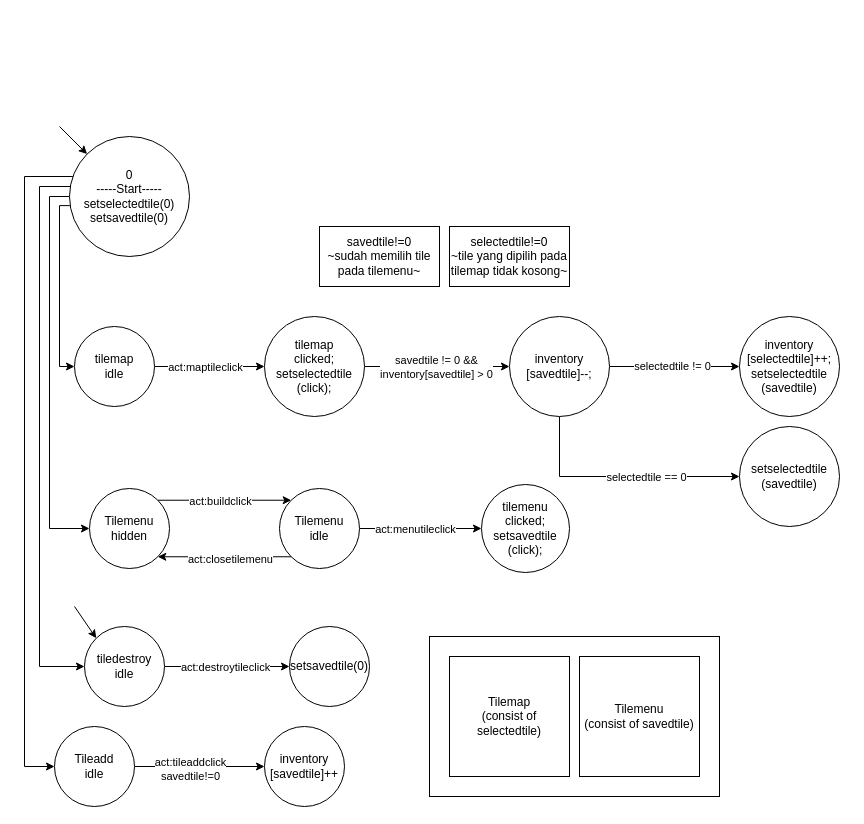
Before: SurgaKulinerfsm.drawio in Trelel129/asset, a draw.io diagram. Source tidied: cells renumbered, new cells numbered last; positions are measured from the earlier drawing's top-left corner, leaving out a move shared by most shapes. Both pictures are drawn from the tidied source at 100%, with x=0, y=0 at pixel (24, 126).
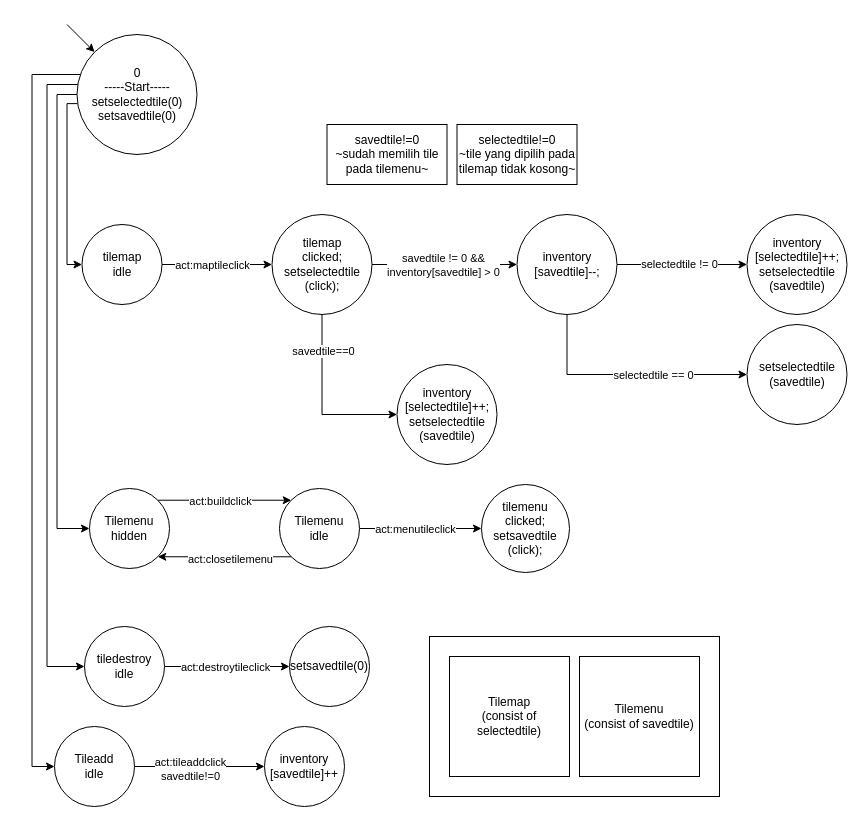
Above is the later version.

Unchanged cells that the change refers to:
```xml
<mxCell id="27" value="Tilemenu&lt;br&gt;hidden" style="ellipse;whiteSpace=wrap;html=1;" parent="1" vertex="1">
  <mxGeometry x="65" y="362" width="80" height="80" as="geometry" />
</mxCell>
<mxCell id="37" value="tiledestroy&lt;div&gt;idle&lt;/div&gt;" style="ellipse;whiteSpace=wrap;html=1;" parent="1" vertex="1">
  <mxGeometry x="60" y="500" width="80" height="80" as="geometry" />
</mxCell>
<mxCell id="42" value="Tileadd&lt;br&gt;idle" style="ellipse;whiteSpace=wrap;html=1;" parent="1" vertex="1">
  <mxGeometry x="30" y="600" width="80" height="80" as="geometry" />
</mxCell>
```

The edit, as a diff of the source:
```diff
@@
     <mxCell id="2" style="edgeStyle=orthogonalEdgeStyle;rounded=0;jettySize=auto;html=1;entryX=0;entryY=0.5;entryDx=0;entryDy=0;exitX=0.003;exitY=0.576;exitDx=0;exitDy=0;exitPerimeter=0;" parent="1" edge="1" source="6" target="9">
       <mxGeometry relative="1" as="geometry">
         <Array as="points">
-          <mxPoint x="35" y="79" />
-          <mxPoint x="35" y="240" />
+          <mxPoint x="42.5" y="-23" />
+          <mxPoint x="42.5" y="138" />
         </Array>
       </mxGeometry>
     </mxCell>
     <mxCell id="3" style="edgeStyle=orthogonalEdgeStyle;rounded=0;jettySize=auto;html=1;entryX=0;entryY=0.5;entryDx=0;entryDy=0;exitX=0;exitY=0.5;exitDx=0;exitDy=0;" parent="1" edge="1" source="6" target="27">
       <mxGeometry relative="1" as="geometry">
         <Array as="points">
-          <mxPoint x="25" y="70" />
-          <mxPoint x="25" y="402" />
+          <mxPoint x="32.5" y="-32" />
+          <mxPoint x="32.5" y="402" />
         </Array>
       </mxGeometry>
     </mxCell>
     <mxCell id="4" style="edgeStyle=orthogonalEdgeStyle;rounded=0;jettySize=auto;html=1;entryX=0;entryY=0.5;entryDx=0;entryDy=0;" parent="1" edge="1" source="6" target="37">
       <mxGeometry relative="1" as="geometry">
         <Array as="points">
-          <mxPoint x="15" y="60" />
-          <mxPoint x="15" y="540" />
+          <mxPoint x="22.5" y="-42" />
+          <mxPoint x="22.5" y="540" />
         </Array>
       </mxGeometry>
     </mxCell>
     <mxCell id="5" style="edgeStyle=orthogonalEdgeStyle;rounded=0;jettySize=auto;html=1;" parent="1" edge="1" source="6" target="42">
       <mxGeometry relative="1" as="geometry">
         <Array as="points">
-          <mxPoint y="50" />
-          <mxPoint y="640" />
+          <mxPoint x="7.5" y="-52" />
+          <mxPoint x="7.5" y="640" />
         </Array>
       </mxGeometry>
     </mxCell>
     <mxCell id="6" value="&lt;div&gt;0&lt;/div&gt;-----Start-----&lt;div&gt;setselectedtile(0)&lt;/div&gt;&lt;div&gt;setsavedtile(0)&lt;/div&gt;" style="ellipse;whiteSpace=wrap;html=1;" parent="1" vertex="1">
-      <mxGeometry x="45" y="10" width="120" height="120" as="geometry" />
+      <mxGeometry x="52.5" y="-92" width="120" height="120" as="geometry" />
     </mxCell>
@@
     <mxCell id="9" value="tilemap&lt;br&gt;idle" style="ellipse;whiteSpace=wrap;html=1;" parent="1" vertex="1">
-      <mxGeometry x="50" y="200" width="80" height="80" as="geometry" />
+      <mxGeometry x="57.5" y="98" width="80" height="80" as="geometry" />
     </mxCell>
@@
+    <mxCell id="44" style="edgeStyle=orthogonalEdgeStyle;rounded=0;jettySize=auto;html=1;" parent="1" edge="1" source="12" target="46">
+      <mxGeometry relative="1" as="geometry">
+        <Array as="points">
+          <mxPoint x="297.5" y="288" />
+        </Array>
+      </mxGeometry>
+    </mxCell>
+    <mxCell id="45" value="savedtile==0" style="edgeLabel;html=1;align=center;verticalAlign=middle;" parent="44" vertex="1">
+      <mxGeometry x="-0.59" y="1" relative="1" as="geometry" />
+    </mxCell>
     <mxCell id="12" value="tilemap&lt;br&gt;clicked;&lt;br&gt;setselectedtile&lt;br&gt;(click);" style="ellipse;whiteSpace=wrap;html=1;" parent="1" vertex="1">
-      <mxGeometry x="240" y="190" width="100" height="100" as="geometry" />
+      <mxGeometry x="247.5" y="88" width="100" height="100" as="geometry" />
     </mxCell>
@@
     <mxCell id="18" style="edgeStyle=orthogonalEdgeStyle;rounded=0;jettySize=auto;html=1;entryX=0;entryY=0.5;entryDx=0;entryDy=0;" parent="1" edge="1" source="20" target="34">
       <mxGeometry relative="1" as="geometry">
         <Array as="points">
-          <mxPoint x="535" y="350" />
+          <mxPoint x="542.5" y="248" />
         </Array>
       </mxGeometry>
     </mxCell>
@@
     <mxCell id="20" value="&lt;div&gt;inventory&lt;br&gt;[savedtile]--;&lt;/div&gt;" style="ellipse;whiteSpace=wrap;html=1;" parent="1" vertex="1">
-      <mxGeometry x="485" y="190" width="100" height="100" as="geometry" />
+      <mxGeometry x="492.5" y="88" width="100" height="100" as="geometry" />
     </mxCell>
     <mxCell id="21" style="endArrow=classic;html=1;rounded=0;entryX=0;entryY=0;entryDx=0;entryDy=0;" parent="1" edge="1" target="6">
       <mxGeometry relative="1" as="geometry">
-        <mxPoint x="35" as="sourcePoint" />
+        <mxPoint x="42.5" y="-102" as="sourcePoint" />
       </mxGeometry>
     </mxCell>
@@
     <mxCell id="31" value="savedtile!=0&lt;br&gt;~sudah memilih tile pada tilemenu~" style="rounded=0;whiteSpace=wrap;html=1;" parent="1" vertex="1">
-      <mxGeometry x="295" y="100" width="120" height="60" as="geometry" />
+      <mxGeometry x="302.5" y="-2" width="120" height="60" as="geometry" />
     </mxCell>
     <mxCell id="32" value="selectedtile!=0&lt;br&gt;~tile yang dipilih pada tilemap tidak kosong~" style="rounded=0;whiteSpace=wrap;html=1;" parent="1" vertex="1">
-      <mxGeometry x="425" y="100" width="120" height="60" as="geometry" />
+      <mxGeometry x="432.5" y="-2" width="120" height="60" as="geometry" />
     </mxCell>
     <mxCell id="33" value="&lt;div&gt;&lt;div&gt;inventory&lt;/div&gt;&lt;div&gt;[selectedtile]++;&lt;br&gt;setselectedtile&lt;br&gt;(savedtile)&lt;br&gt;&lt;/div&gt;&lt;/div&gt;" style="ellipse;whiteSpace=wrap;html=1;" parent="1" vertex="1">
-      <mxGeometry x="715" y="190" width="100" height="100" as="geometry" />
+      <mxGeometry x="722.5" y="88" width="100" height="100" as="geometry" />
     </mxCell>
     <mxCell id="34" value="&lt;div&gt;&lt;div&gt;&lt;span style=&quot;background-color: initial;&quot;&gt;setselectedtile&lt;/span&gt;&lt;br&gt;&lt;/div&gt;&lt;div&gt;(savedtile)&lt;br&gt;&lt;/div&gt;&lt;/div&gt;" style="ellipse;whiteSpace=wrap;html=1;" parent="1" vertex="1">
-      <mxGeometry x="715" y="300" width="100" height="100" as="geometry" />
+      <mxGeometry x="722.5" y="198" width="100" height="100" as="geometry" />
     </mxCell>
@@
-    <mxCell id="38" style="endArrow=classic;html=1;rounded=0;entryX=0;entryY=0;entryDx=0;entryDy=0;" parent="1" edge="1" target="37">
-      <mxGeometry relative="1" as="geometry">
-        <mxPoint x="50" y="480" as="sourcePoint" />
-      </mxGeometry>
-    </mxCell>
@@
+    <mxCell id="46" value="&lt;div&gt;inventory&lt;/div&gt;&lt;div&gt;[selectedtile]++;&lt;br&gt;setselectedtile&lt;br&gt;(savedtile)&lt;/div&gt;" style="ellipse;whiteSpace=wrap;html=1;" parent="1" vertex="1">
+      <mxGeometry x="372.5" y="238" width="100" height="100" as="geometry" />
+    </mxCell>
```
